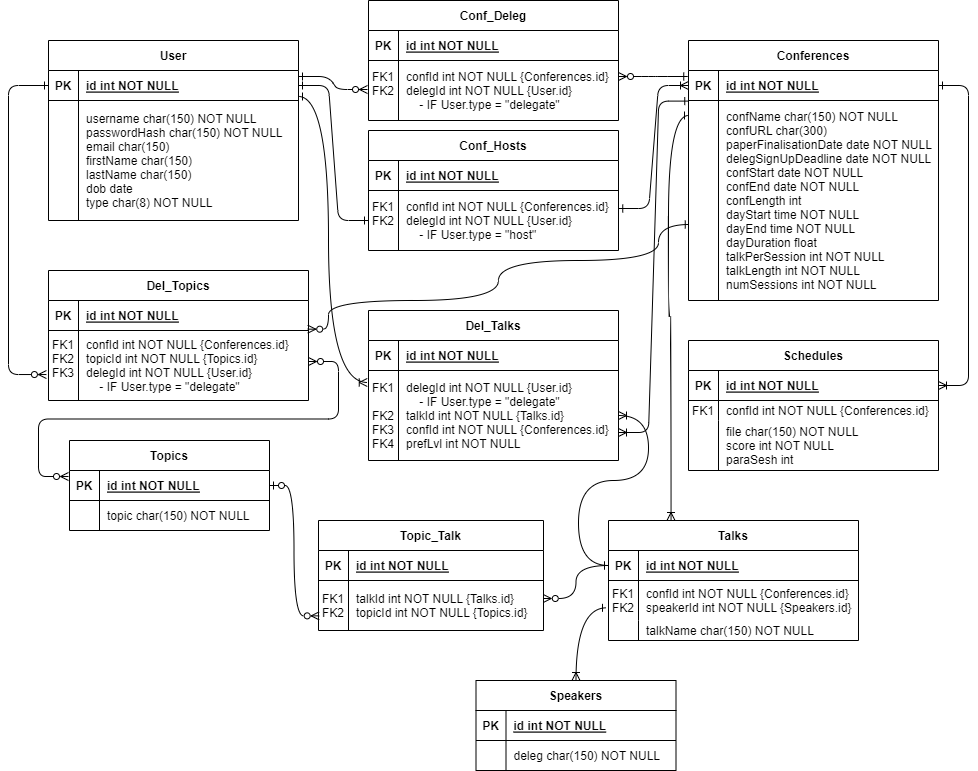
The draw.io diagram ExampleConfGraphs/ERD.png in JezRoy/ConferenceWebApp, before a commit. Source tidied: cells renumbered, new cells last; positions are measured from the earlier drawing's top-left corner, leaving out a move shared by most shapes.
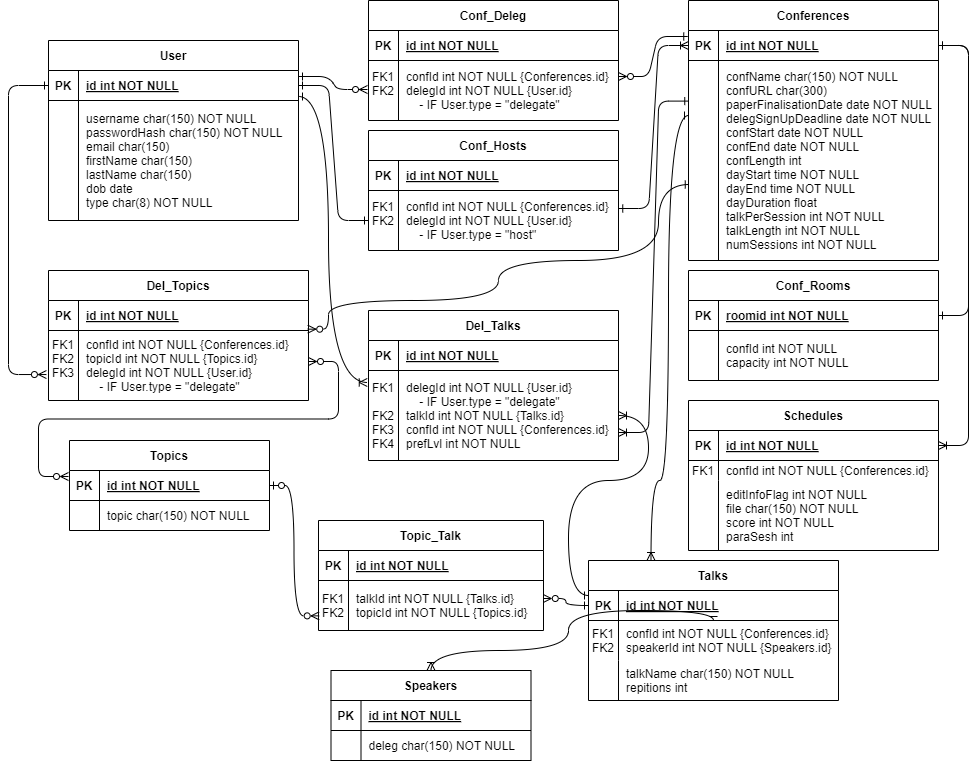
The same file after the commit.

The edit, as a diff of the source:
```diff
@@ -3,7 +3,7 @@
     <mxCell id="0" />
     <mxCell id="1" parent="0" />
     <mxCell id="2" value="Schedules" style="shape=table;startSize=30;rowLines=0;fontStyle=1;align=center;" parent="1" vertex="1">
-      <mxGeometry x="680" y="340" width="250" height="130" as="geometry" />
+      <mxGeometry x="680" y="400" width="250" height="150" as="geometry" />
     </mxCell>
     <mxCell id="3" style="shape=partialRectangle;fillColor=none;points=[[0,0.5],[1,0.5]];portConstraint=eastwest;top=0;left=0;right=0;bottom=1;" parent="2" vertex="1">
       <mxGeometry y="30" width="250" height="30" as="geometry" />
@@ -24,13 +24,13 @@
       <mxGeometry x="30" width="220" height="20" as="geometry" />
     </mxCell>
     <mxCell id="9" style="shape=partialRectangle;fillColor=none;top=0;left=0;right=0;bottom=0;" parent="2" vertex="1">
-      <mxGeometry y="80" width="250" height="50" as="geometry" />
+      <mxGeometry y="80" width="250" height="70" as="geometry" />
     </mxCell>
     <mxCell id="10" style="shape=partialRectangle;overflow=hidden;fillColor=none;top=0;left=0;bottom=0;right=0;" parent="9" vertex="1">
-      <mxGeometry width="30" height="50" as="geometry" />
+      <mxGeometry width="30" height="70" as="geometry" />
     </mxCell>
-    <mxCell id="11" value="file char(150) NOT NULL&#10;score int NOT NULL&#10;paraSesh int " style="shape=partialRectangle;overflow=hidden;fillColor=none;top=0;left=0;bottom=0;right=0;align=left;spacingLeft=6;" parent="9" vertex="1">
-      <mxGeometry x="30" width="220" height="50" as="geometry" />
+    <mxCell id="11" value="editInfoFlag int NOT NULL&#10;file char(150) NOT NULL&#10;score int NOT NULL&#10;paraSesh int " style="shape=partialRectangle;overflow=hidden;fillColor=none;top=0;left=0;bottom=0;right=0;align=left;spacingLeft=6;" parent="9" vertex="1">
+      <mxGeometry x="30" width="220" height="70" as="geometry" />
     </mxCell>
     <mxCell id="12" value="User" style="shape=table;startSize=30;rowLines=0;fontStyle=1;align=center;" parent="1" vertex="1">
       <mxGeometry x="40" y="40" width="250" height="180" as="geometry" />
@@ -54,7 +54,7 @@
       <mxGeometry x="30" width="220" height="120" as="geometry" />
     </mxCell>
     <mxCell id="19" value="Conferences" style="shape=table;startSize=30;rowLines=0;fontStyle=1;align=center;" parent="1" vertex="1">
-      <mxGeometry x="680" y="40" width="250" height="260" as="geometry" />
+      <mxGeometry x="680" width="250" height="260" as="geometry" />
     </mxCell>
     <mxCell id="20" style="shape=partialRectangle;fillColor=none;points=[[0,0.5],[1,0.5]];portConstraint=eastwest;top=0;left=0;right=0;bottom=1;" parent="19" vertex="1">
       <mxGeometry y="30" width="250" height="30" as="geometry" />
@@ -75,7 +75,7 @@
       <mxGeometry x="30" width="220" height="200" as="geometry" />
     </mxCell>
     <mxCell id="26" value="Speakers" style="shape=table;startSize=30;rowLines=0;fontStyle=1;align=center;" parent="1" vertex="1">
-      <mxGeometry x="467.5" y="680" width="200" height="90" as="geometry" />
+      <mxGeometry x="322.5" y="670" width="200" height="90" as="geometry" />
     </mxCell>
     <mxCell id="27" style="shape=partialRectangle;fillColor=none;top=0;left=0;right=0;bottom=1;" parent="26" vertex="1">
       <mxGeometry y="30" width="200" height="30" as="geometry" />
@@ -117,7 +117,7 @@
       <mxGeometry x="30" width="170" height="30" as="geometry" />
     </mxCell>
     <mxCell id="40" value="Talks" style="shape=table;startSize=30;rowLines=0;fontStyle=1;align=center;" parent="1" vertex="1">
-      <mxGeometry x="600" y="520" width="250" height="120" as="geometry" />
+      <mxGeometry x="580" y="560" width="250" height="140" as="geometry" />
     </mxCell>
     <mxCell id="41" style="shape=partialRectangle;fillColor=none;points=[[0,0.5],[1,0.5]];portConstraint=eastwest;top=0;left=0;right=0;bottom=1;" parent="40" vertex="1">
       <mxGeometry y="30" width="250" height="30" as="geometry" />
@@ -138,13 +138,13 @@
       <mxGeometry x="30" width="220" height="40" as="geometry" />
     </mxCell>
     <mxCell id="47" style="shape=partialRectangle;fillColor=none;top=0;left=0;right=0;bottom=0;" parent="40" vertex="1">
-      <mxGeometry y="100" width="250" height="20" as="geometry" />
+      <mxGeometry y="100" width="250" height="40" as="geometry" />
     </mxCell>
     <mxCell id="48" style="shape=partialRectangle;overflow=hidden;fillColor=none;top=0;left=0;bottom=0;right=0;" parent="47" vertex="1">
-      <mxGeometry width="30" height="20" as="geometry" />
+      <mxGeometry width="30" height="40" as="geometry" />
     </mxCell>
-    <mxCell id="49" value="talkName char(150) NOT NULL" style="shape=partialRectangle;overflow=hidden;fillColor=none;top=0;left=0;bottom=0;right=0;align=left;spacingLeft=6;" parent="47" vertex="1">
-      <mxGeometry x="30" width="220" height="20" as="geometry" />
+    <mxCell id="49" value="talkName char(150) NOT NULL&#10;repitions int" style="shape=partialRectangle;overflow=hidden;fillColor=none;top=0;left=0;bottom=0;right=0;align=left;spacingLeft=6;" parent="47" vertex="1">
+      <mxGeometry x="30" width="220" height="40" as="geometry" />
     </mxCell>
     <mxCell id="50" value="Conf_Deleg" style="shape=table;startSize=30;rowLines=0;fontStyle=1;align=center;" parent="1" vertex="1">
       <mxGeometry x="360" width="250" height="120" as="geometry" />
@@ -303,13 +303,13 @@
         </Array>
       </mxGeometry>
     </mxCell>
-    <mxCell id="92" style="edgeStyle=orthogonalEdgeStyle;endArrow=ERone;startArrow=ERoneToMany;endFill=0;startFill=0;elbow=vertical;curved=1;exitX=1;exitY=0.5;exitDx=0;exitDy=0;" parent="1" edge="1" source="75" target="41">
+    <mxCell id="92" style="edgeStyle=orthogonalEdgeStyle;endArrow=ERone;startArrow=ERoneToMany;endFill=0;startFill=0;elbow=vertical;curved=1;exitX=1;exitY=0.5;exitDx=0;exitDy=0;entryX=0;entryY=0.25;entryDx=0;entryDy=0;" parent="1" edge="1" source="75" target="40">
       <mxGeometry relative="1" as="geometry">
         <Array as="points">
           <mxPoint x="640" y="415" />
           <mxPoint x="640" y="480" />
-          <mxPoint x="570" y="480" />
-          <mxPoint x="570" y="565" />
+          <mxPoint x="560" y="480" />
+          <mxPoint x="560" y="595" />
         </Array>
       </mxGeometry>
     </mxCell>
@@ -321,7 +321,7 @@
           <mxPoint x="490" y="300" />
           <mxPoint x="490" y="260" />
           <mxPoint x="650" y="260" />
-          <mxPoint x="650" y="224" />
+          <mxPoint x="650" y="184" />
         </Array>
       </mxGeometry>
     </mxCell>
@@ -342,15 +342,21 @@
         </Array>
       </mxGeometry>
     </mxCell>
-    <mxCell id="96" style="edgeStyle=orthogonalEdgeStyle;endArrow=ERone;startArrow=ERoneToMany;endFill=0;startFill=0;entryX=-0.008;entryY=0.683;entryDx=0;entryDy=0;entryPerimeter=0;exitX=0.5;exitY=0;exitDx=0;exitDy=0;elbow=vertical;curved=1;" parent="1" edge="1" source="26" target="44">
-      <mxGeometry relative="1" as="geometry" />
+    <mxCell id="96" style="edgeStyle=orthogonalEdgeStyle;endArrow=ERone;startArrow=ERoneToMany;endFill=0;startFill=0;exitX=0.5;exitY=0;exitDx=0;exitDy=0;elbow=vertical;curved=1;" parent="1" edge="1" source="26" target="44">
+      <mxGeometry relative="1" as="geometry">
+        <Array as="points">
+          <mxPoint x="423" y="650" />
+          <mxPoint x="560" y="650" />
+          <mxPoint x="560" y="610" />
+        </Array>
+      </mxGeometry>
     </mxCell>
     <mxCell id="97" style="edgeStyle=orthogonalEdgeStyle;endArrow=ERone;startArrow=ERoneToMany;endFill=0;startFill=0;curved=1;exitX=0.25;exitY=0;exitDx=0;exitDy=0;" parent="1" edge="1" source="40">
       <mxGeometry relative="1" as="geometry">
         <mxPoint x="680" y="115" as="targetPoint" />
         <Array as="points">
-          <mxPoint x="663" y="316" />
-          <mxPoint x="660" y="316" />
+          <mxPoint x="642" y="480" />
+          <mxPoint x="660" y="480" />
           <mxPoint x="660" y="115" />
         </Array>
       </mxGeometry>
@@ -361,5 +367,39 @@
     <mxCell id="99" style="edgeStyle=orthogonalEdgeStyle;endArrow=ERzeroToMany;startArrow=ERzeroToOne;endFill=0;startFill=0;entryX=0.003;entryY=0.707;entryDx=0;entryDy=0;exitX=1;exitY=0.5;exitDx=0;exitDy=0;elbow=vertical;curved=1;entryPerimeter=0;" parent="1" edge="1" source="34" target="82">
       <mxGeometry relative="1" as="geometry" />
     </mxCell>
+    <mxCell id="100" value="Conf_Rooms" style="shape=table;startSize=30;rowLines=0;fontStyle=1;align=center;" parent="1" vertex="1">
+      <mxGeometry x="680" y="270" width="250" height="110" as="geometry" />
+    </mxCell>
+    <mxCell id="101" style="shape=partialRectangle;fillColor=none;points=[[0,0.5],[1,0.5]];portConstraint=eastwest;top=0;left=0;right=0;bottom=1;" parent="100" vertex="1">
+      <mxGeometry y="30" width="250" height="30" as="geometry" />
+    </mxCell>
+    <mxCell id="102" value="PK" style="shape=partialRectangle;overflow=hidden;fillColor=none;top=0;left=0;bottom=0;right=0;fontStyle=1;" parent="101" vertex="1">
+      <mxGeometry width="30" height="30" as="geometry" />
+    </mxCell>
+    <mxCell id="103" value="roomid int NOT NULL " style="shape=partialRectangle;overflow=hidden;fillColor=none;top=0;left=0;bottom=0;right=0;align=left;spacingLeft=6;fontStyle=5;" parent="101" vertex="1">
+      <mxGeometry x="30" width="220" height="30" as="geometry" />
+    </mxCell>
+    <mxCell id="104" style="shape=partialRectangle;fillColor=none;top=0;left=0;right=0;bottom=0;" parent="100" vertex="1">
+      <mxGeometry y="60" width="250" height="50" as="geometry" />
+    </mxCell>
+    <mxCell id="105" style="shape=partialRectangle;overflow=hidden;fillColor=none;top=0;left=0;bottom=0;right=0;" parent="104" vertex="1">
+      <mxGeometry width="30" height="50" as="geometry" />
+    </mxCell>
+    <mxCell id="106" value="confId int NOT NULL&#10;capacity int NOT NULL" style="shape=partialRectangle;overflow=hidden;fillColor=none;top=0;left=0;bottom=0;right=0;align=left;spacingLeft=6;" parent="104" vertex="1">
+      <mxGeometry x="30" width="220" height="50" as="geometry" />
+    </mxCell>
+    <mxCell id="107" style="edgeStyle=entityRelationEdgeStyle;endArrow=ERone;startArrow=ERone;endFill=0;startFill=0;exitX=1;exitY=0.5;exitDx=0;exitDy=0;entryX=1;entryY=0.5;entryDx=0;entryDy=0;" parent="1" edge="1" source="20" target="101">
+      <mxGeometry relative="1" as="geometry">
+        <Array as="points">
+          <mxPoint x="1020" y="230" />
+          <mxPoint x="980" y="180" />
+          <mxPoint x="1000" y="180" />
+          <mxPoint x="1030" y="275" />
+          <mxPoint x="1040" y="155" />
+          <mxPoint x="1040" y="214" />
+          <mxPoint x="1030" y="155" />
+        </Array>
+      </mxGeometry>
+    </mxCell>
   </root>
 </mxGraphModel>
```
